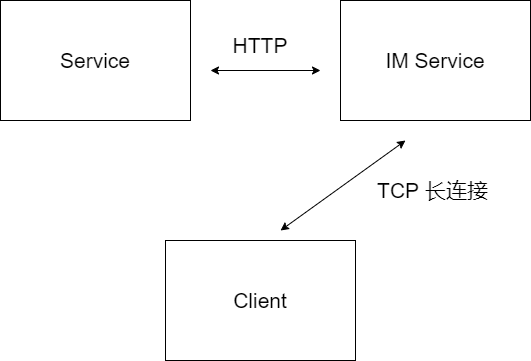
This is jbh/im-module.png from GitHeP/diagrams, a draw.io export, as it was before one commit. Source tidied: cells renumbered, new cells last; positions are measured from the earlier drawing's top-left corner, leaving out a move shared by most shapes.
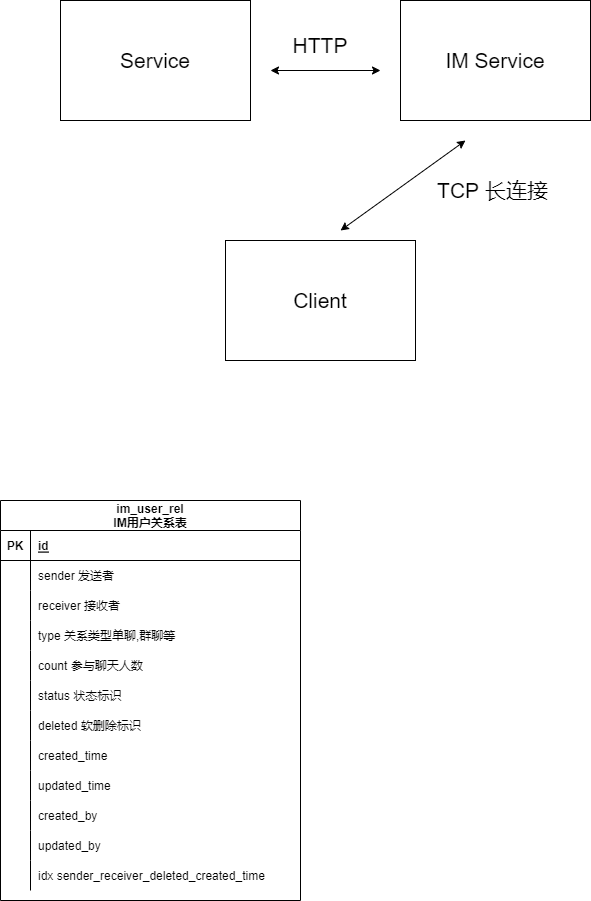
The same diagram one commit later.

Diff of the diagram source:
```diff
@@ -29,5 +29,116 @@
     <mxCell id="8" value="TCP 长连接" style="text;html=1;strokeColor=none;fillColor=none;align=center;verticalAlign=middle;whiteSpace=wrap;rounded=0;fontSize=21;" parent="1" vertex="1">
       <mxGeometry x="370" y="170" width="125" height="40" as="geometry" />
     </mxCell>
+    <mxCell id="9" value="im_user_rel&#10;IM用户关系表" style="shape=table;startSize=30;rowLines=0;fontStyle=1;align=center;" parent="1" vertex="1">
+      <mxGeometry x="-60" y="500" width="300" height="400" as="geometry" />
+    </mxCell>
+    <mxCell id="10" style="shape=tableRow;horizontal=0;startSize=0;swimlaneHead=0;swimlaneBody=0;fillColor=none;top=0;left=0;right=0;bottom=1;" parent="9" vertex="1">
+      <mxGeometry y="30" width="300" height="30" as="geometry" />
+    </mxCell>
+    <mxCell id="11" value="PK" style="shape=partialRectangle;fillColor=none;top=0;left=0;bottom=0;right=0;fontStyle=1;overflow=hidden;" parent="10" vertex="1">
+      <mxGeometry width="30" height="30" as="geometry" />
+    </mxCell>
+    <mxCell id="12" value="id" style="shape=partialRectangle;fillColor=none;top=0;left=0;bottom=0;right=0;align=left;spacingLeft=6;fontStyle=5;overflow=hidden;" parent="10" vertex="1">
+      <mxGeometry x="30" width="270" height="30" as="geometry" />
+    </mxCell>
+    <mxCell id="13" style="shape=tableRow;horizontal=0;startSize=0;swimlaneHead=0;swimlaneBody=0;fillColor=none;top=0;left=0;right=0;bottom=0;" parent="9" vertex="1">
+      <mxGeometry y="60" width="300" height="30" as="geometry" />
+    </mxCell>
+    <mxCell id="14" style="shape=partialRectangle;fillColor=none;top=0;left=0;bottom=0;right=0;overflow=hidden;" parent="13" vertex="1">
+      <mxGeometry width="30" height="30" as="geometry" />
+    </mxCell>
+    <mxCell id="15" value="sender 发送者" style="shape=partialRectangle;fillColor=none;top=0;left=0;bottom=0;right=0;align=left;spacingLeft=6;overflow=hidden;" parent="13" vertex="1">
+      <mxGeometry x="30" width="270" height="30" as="geometry" />
+    </mxCell>
+    <mxCell id="16" style="shape=tableRow;horizontal=0;startSize=0;swimlaneHead=0;swimlaneBody=0;fillColor=none;top=0;left=0;right=0;bottom=0;" parent="9" vertex="1">
+      <mxGeometry y="90" width="300" height="30" as="geometry" />
+    </mxCell>
+    <mxCell id="17" style="shape=partialRectangle;fillColor=none;top=0;left=0;bottom=0;right=0;overflow=hidden;" parent="16" vertex="1">
+      <mxGeometry width="30" height="30" as="geometry" />
+    </mxCell>
+    <mxCell id="18" value="receiver 接收者" style="shape=partialRectangle;fillColor=none;top=0;left=0;bottom=0;right=0;align=left;spacingLeft=6;overflow=hidden;" parent="16" vertex="1">
+      <mxGeometry x="30" width="270" height="30" as="geometry" />
+    </mxCell>
+    <mxCell id="19" style="shape=tableRow;horizontal=0;startSize=0;swimlaneHead=0;swimlaneBody=0;fillColor=none;top=0;left=0;right=0;bottom=0;" parent="9" vertex="1">
+      <mxGeometry y="120" width="300" height="30" as="geometry" />
+    </mxCell>
+    <mxCell id="20" style="shape=partialRectangle;fillColor=none;top=0;left=0;bottom=0;right=0;overflow=hidden;" parent="19" vertex="1">
+      <mxGeometry width="30" height="30" as="geometry" />
+    </mxCell>
+    <mxCell id="21" value="type 关系类型单聊,群聊等" style="shape=partialRectangle;fillColor=none;top=0;left=0;bottom=0;right=0;align=left;spacingLeft=6;overflow=hidden;" parent="19" vertex="1">
+      <mxGeometry x="30" width="270" height="30" as="geometry" />
+    </mxCell>
+    <mxCell id="22" style="shape=tableRow;horizontal=0;startSize=0;swimlaneHead=0;swimlaneBody=0;fillColor=none;top=0;left=0;right=0;bottom=0;" parent="9" vertex="1">
+      <mxGeometry y="150" width="300" height="30" as="geometry" />
+    </mxCell>
+    <mxCell id="23" style="shape=partialRectangle;fillColor=none;top=0;left=0;bottom=0;right=0;overflow=hidden;" parent="22" vertex="1">
+      <mxGeometry width="30" height="30" as="geometry" />
+    </mxCell>
+    <mxCell id="24" value="count 参与聊天人数" style="shape=partialRectangle;fillColor=none;top=0;left=0;bottom=0;right=0;align=left;spacingLeft=6;overflow=hidden;" parent="22" vertex="1">
+      <mxGeometry x="30" width="270" height="30" as="geometry" />
+    </mxCell>
+    <mxCell id="25" style="shape=tableRow;horizontal=0;startSize=0;swimlaneHead=0;swimlaneBody=0;fillColor=none;top=0;left=0;right=0;bottom=0;" parent="9" vertex="1">
+      <mxGeometry y="180" width="300" height="30" as="geometry" />
+    </mxCell>
+    <mxCell id="26" style="shape=partialRectangle;fillColor=none;top=0;left=0;bottom=0;right=0;overflow=hidden;" parent="25" vertex="1">
+      <mxGeometry width="30" height="30" as="geometry" />
+    </mxCell>
+    <mxCell id="27" value="status 状态标识" style="shape=partialRectangle;fillColor=none;top=0;left=0;bottom=0;right=0;align=left;spacingLeft=6;overflow=hidden;" parent="25" vertex="1">
+      <mxGeometry x="30" width="270" height="30" as="geometry" />
+    </mxCell>
+    <mxCell id="28" style="shape=tableRow;horizontal=0;startSize=0;swimlaneHead=0;swimlaneBody=0;fillColor=none;top=0;left=0;right=0;bottom=0;" parent="9" vertex="1">
+      <mxGeometry y="210" width="300" height="30" as="geometry" />
+    </mxCell>
+    <mxCell id="29" style="shape=partialRectangle;fillColor=none;top=0;left=0;bottom=0;right=0;overflow=hidden;" parent="28" vertex="1">
+      <mxGeometry width="30" height="30" as="geometry" />
+    </mxCell>
+    <mxCell id="30" value="deleted 软删除标识" style="shape=partialRectangle;fillColor=none;top=0;left=0;bottom=0;right=0;align=left;spacingLeft=6;overflow=hidden;" parent="28" vertex="1">
+      <mxGeometry x="30" width="270" height="30" as="geometry" />
+    </mxCell>
+    <mxCell id="31" style="shape=tableRow;horizontal=0;startSize=0;swimlaneHead=0;swimlaneBody=0;fillColor=none;top=0;left=0;right=0;bottom=0;" parent="9" vertex="1">
+      <mxGeometry y="240" width="300" height="30" as="geometry" />
+    </mxCell>
+    <mxCell id="32" style="shape=partialRectangle;fillColor=none;top=0;left=0;bottom=0;right=0;overflow=hidden;" parent="31" vertex="1">
+      <mxGeometry width="30" height="30" as="geometry" />
+    </mxCell>
+    <mxCell id="33" value="created_time" style="shape=partialRectangle;fillColor=none;top=0;left=0;bottom=0;right=0;align=left;spacingLeft=6;overflow=hidden;" parent="31" vertex="1">
+      <mxGeometry x="30" width="270" height="30" as="geometry" />
+    </mxCell>
+    <mxCell id="34" style="shape=tableRow;horizontal=0;startSize=0;swimlaneHead=0;swimlaneBody=0;fillColor=none;top=0;left=0;right=0;bottom=0;" parent="9" vertex="1">
+      <mxGeometry y="270" width="300" height="30" as="geometry" />
+    </mxCell>
+    <mxCell id="35" style="shape=partialRectangle;fillColor=none;top=0;left=0;bottom=0;right=0;overflow=hidden;" parent="34" vertex="1">
+      <mxGeometry width="30" height="30" as="geometry" />
+    </mxCell>
+    <mxCell id="36" value="updated_time" style="shape=partialRectangle;fillColor=none;top=0;left=0;bottom=0;right=0;align=left;spacingLeft=6;overflow=hidden;" parent="34" vertex="1">
+      <mxGeometry x="30" width="270" height="30" as="geometry" />
+    </mxCell>
+    <mxCell id="37" style="shape=tableRow;horizontal=0;startSize=0;swimlaneHead=0;swimlaneBody=0;fillColor=none;top=0;left=0;right=0;bottom=0;" parent="9" vertex="1">
+      <mxGeometry y="300" width="300" height="30" as="geometry" />
+    </mxCell>
+    <mxCell id="38" style="shape=partialRectangle;fillColor=none;top=0;left=0;bottom=0;right=0;overflow=hidden;" parent="37" vertex="1">
+      <mxGeometry width="30" height="30" as="geometry" />
+    </mxCell>
+    <mxCell id="39" value="created_by" style="shape=partialRectangle;fillColor=none;top=0;left=0;bottom=0;right=0;align=left;spacingLeft=6;overflow=hidden;" parent="37" vertex="1">
+      <mxGeometry x="30" width="270" height="30" as="geometry" />
+    </mxCell>
+    <mxCell id="40" style="shape=tableRow;horizontal=0;startSize=0;swimlaneHead=0;swimlaneBody=0;fillColor=none;top=0;left=0;right=0;bottom=0;" parent="9" vertex="1">
+      <mxGeometry y="330" width="300" height="30" as="geometry" />
+    </mxCell>
+    <mxCell id="41" style="shape=partialRectangle;fillColor=none;top=0;left=0;bottom=0;right=0;overflow=hidden;" parent="40" vertex="1">
+      <mxGeometry width="30" height="30" as="geometry" />
+    </mxCell>
+    <mxCell id="42" value="updated_by" style="shape=partialRectangle;fillColor=none;top=0;left=0;bottom=0;right=0;align=left;spacingLeft=6;overflow=hidden;" parent="40" vertex="1">
+      <mxGeometry x="30" width="270" height="30" as="geometry" />
+    </mxCell>
+    <mxCell id="43" style="shape=tableRow;horizontal=0;startSize=0;swimlaneHead=0;swimlaneBody=0;fillColor=none;top=0;left=0;right=0;bottom=0;" parent="9" vertex="1">
+      <mxGeometry y="360" width="300" height="30" as="geometry" />
+    </mxCell>
+    <mxCell id="44" style="shape=partialRectangle;fillColor=none;top=0;left=0;bottom=0;right=0;overflow=hidden;" parent="43" vertex="1">
+      <mxGeometry width="30" height="30" as="geometry" />
+    </mxCell>
+    <mxCell id="45" value="idx sender_receiver_deleted_created_time" style="shape=partialRectangle;fillColor=none;top=0;left=0;bottom=0;right=0;align=left;spacingLeft=6;overflow=hidden;" parent="43" vertex="1">
+      <mxGeometry x="30" width="270" height="30" as="geometry" />
+    </mxCell>
   </root>
 </mxGraphModel>
```
